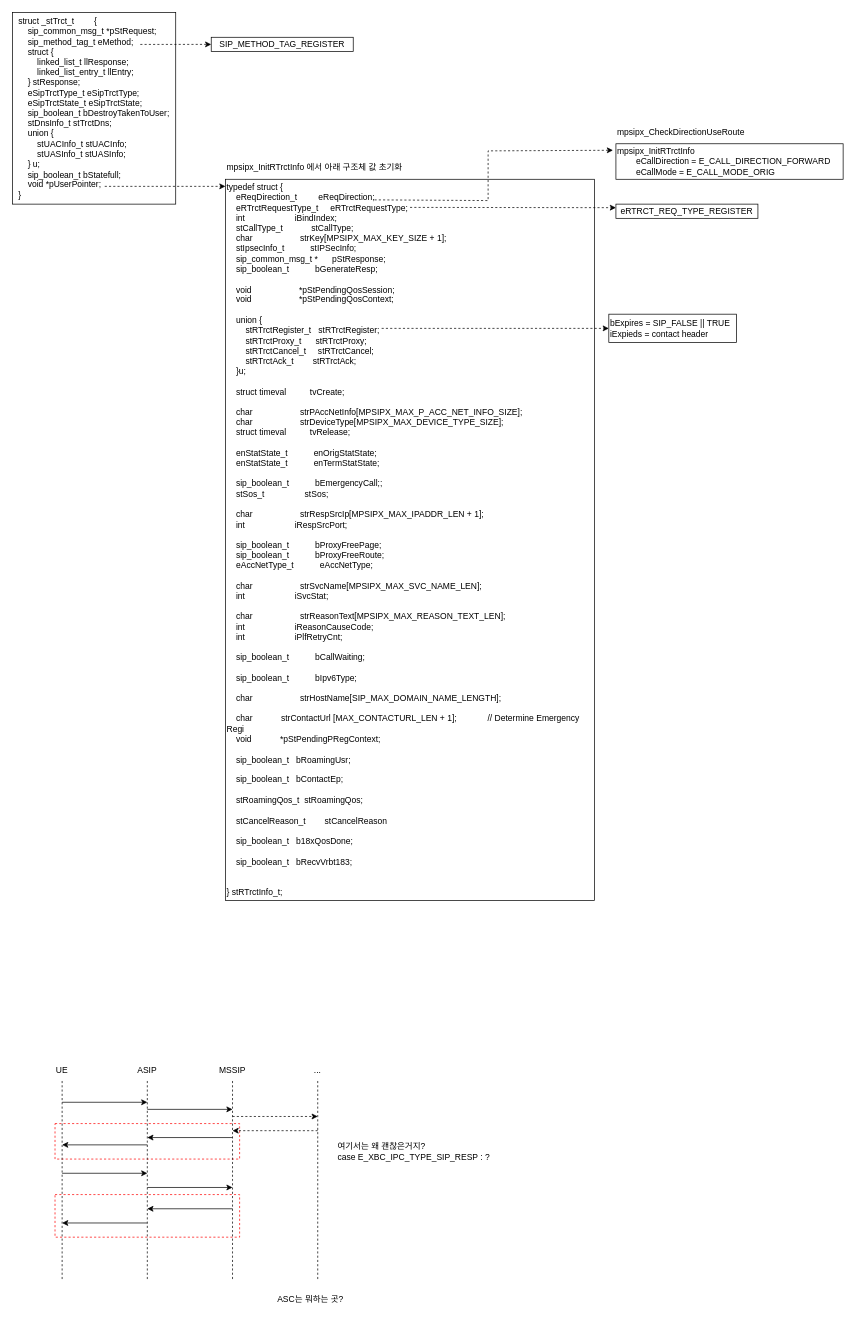
JaeHyeon774/NEWTIL keeps this draw.io diagram as 구조체 정리.drawio. Above is the earlier version. Source tidied: cells renumbered, new cells numbered last; positions are measured from the earlier drawing's top-left corner, leaving out a move shared by most shapes. Both pictures are drawn from the tidied source at 71%, with x=0, y=0 at pixel (12, 12).
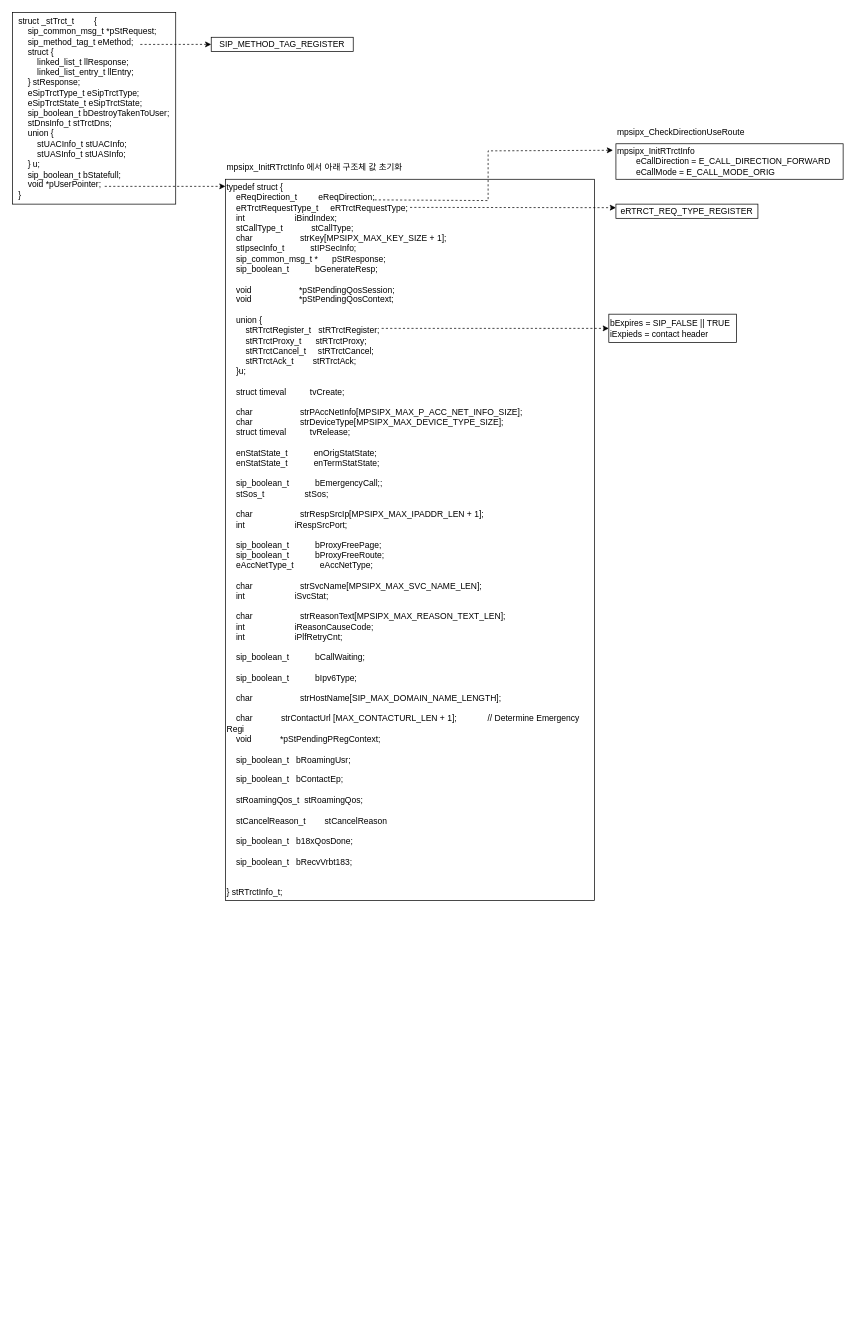
The same diagram, later.

Commit message:
구조체 정리.drawio 업데이트

Change to the diagram source:
```diff
@@
-    <mxCell id="2" style="rounded=0;whiteSpace=wrap;html=1;dashed=1;strokeColor=#FF0000;" parent="1" vertex="1">
-      <mxGeometry x="60" y="1565" width="260" height="50" as="geometry" />
-    </mxCell>
-    <mxCell id="3" style="rounded=0;whiteSpace=wrap;html=1;dashed=1;strokeColor=#FF0000;" parent="1" vertex="1">
-      <mxGeometry x="60" y="1665" width="260" height="60" as="geometry" />
-    </mxCell>
@@
-    <mxCell id="17" style="edgeStyle=orthogonalEdgeStyle;rounded=0;jettySize=auto;html=1;exitX=0.5;exitY=1;exitDx=0;exitDy=0;dashed=1;endArrow=none;endFill=0;" parent="1" edge="1" source="18">
-      <mxGeometry relative="1" as="geometry">
-        <mxPoint x="70" y="1785" as="targetPoint" />
-      </mxGeometry>
-    </mxCell>
-    <mxCell id="18" value="UE" style="text;html=1;align=center;verticalAlign=middle;whiteSpace=wrap;rounded=0;" parent="1" vertex="1">
-      <mxGeometry x="40" y="1475" width="60" height="30" as="geometry" />
-    </mxCell>
-    <mxCell id="19" style="edgeStyle=orthogonalEdgeStyle;rounded=0;jettySize=auto;html=1;exitX=0.5;exitY=1;exitDx=0;exitDy=0;dashed=1;endArrow=none;endFill=0;" parent="1" edge="1" source="20">
-      <mxGeometry relative="1" as="geometry">
-        <mxPoint x="190" y="1785" as="targetPoint" />
-      </mxGeometry>
-    </mxCell>
-    <mxCell id="20" value="ASIP" style="text;html=1;align=center;verticalAlign=middle;whiteSpace=wrap;rounded=0;" parent="1" vertex="1">
-      <mxGeometry x="160" y="1475" width="60" height="30" as="geometry" />
-    </mxCell>
-    <mxCell id="21" style="edgeStyle=orthogonalEdgeStyle;rounded=0;jettySize=auto;html=1;exitX=0.5;exitY=1;exitDx=0;exitDy=0;dashed=1;endArrow=none;endFill=0;" parent="1" edge="1" source="22">
-      <mxGeometry relative="1" as="geometry">
-        <mxPoint x="310" y="1785" as="targetPoint" />
-      </mxGeometry>
-    </mxCell>
-    <mxCell id="22" value="MSSIP" style="text;html=1;align=center;verticalAlign=middle;whiteSpace=wrap;rounded=0;" parent="1" vertex="1">
-      <mxGeometry x="280" y="1475" width="60" height="30" as="geometry" />
-    </mxCell>
-    <mxCell id="23" style="endArrow=classic;html=1;rounded=0;" parent="1" edge="1">
-      <mxGeometry relative="1" as="geometry">
-        <mxPoint x="70" y="1535" as="sourcePoint" />
-        <mxPoint x="190" y="1535" as="targetPoint" />
-      </mxGeometry>
-    </mxCell>
-    <mxCell id="24" style="endArrow=classic;html=1;rounded=0;" parent="1" edge="1">
-      <mxGeometry relative="1" as="geometry">
-        <mxPoint x="190" y="1545" as="sourcePoint" />
-        <mxPoint x="310" y="1545" as="targetPoint" />
-      </mxGeometry>
-    </mxCell>
-    <mxCell id="25" style="endArrow=classic;html=1;rounded=0;" parent="1" edge="1">
-      <mxGeometry relative="1" as="geometry">
-        <mxPoint x="310" y="1584.7" as="sourcePoint" />
-        <mxPoint x="190" y="1584.7" as="targetPoint" />
-      </mxGeometry>
-    </mxCell>
-    <mxCell id="26" style="endArrow=classic;html=1;rounded=0;" parent="1" edge="1">
-      <mxGeometry relative="1" as="geometry">
-        <mxPoint x="190" y="1595" as="sourcePoint" />
-        <mxPoint x="70" y="1595" as="targetPoint" />
-      </mxGeometry>
-    </mxCell>
-    <mxCell id="27" style="endArrow=classic;html=1;rounded=0;" parent="1" edge="1">
-      <mxGeometry relative="1" as="geometry">
-        <mxPoint x="70" y="1635" as="sourcePoint" />
-        <mxPoint x="190" y="1635" as="targetPoint" />
-      </mxGeometry>
-    </mxCell>
-    <mxCell id="28" style="endArrow=classic;html=1;rounded=0;" parent="1" edge="1">
-      <mxGeometry relative="1" as="geometry">
-        <mxPoint x="190" y="1655" as="sourcePoint" />
-        <mxPoint x="310" y="1655" as="targetPoint" />
-      </mxGeometry>
-    </mxCell>
-    <mxCell id="29" style="endArrow=classic;html=1;rounded=0;" parent="1" edge="1">
-      <mxGeometry relative="1" as="geometry">
-        <mxPoint x="310" y="1685" as="sourcePoint" />
-        <mxPoint x="190" y="1685" as="targetPoint" />
-      </mxGeometry>
-    </mxCell>
-    <mxCell id="30" style="endArrow=classic;html=1;rounded=0;" parent="1" edge="1">
-      <mxGeometry relative="1" as="geometry">
-        <mxPoint x="190" y="1705" as="sourcePoint" />
-        <mxPoint x="70" y="1705" as="targetPoint" />
-      </mxGeometry>
-    </mxCell>
-    <mxCell id="31" value="&lt;div style=&quot;text-align: left;&quot;&gt;&lt;span style=&quot;background-color: initial;&quot;&gt;여기서는 왜 괜찮은거지?&lt;/span&gt;&lt;/div&gt;&lt;div style=&quot;text-align: left;&quot;&gt;case E_XBC_IPC_TYPE_SIP_RESP : ?&lt;br&gt;&lt;/div&gt;" style="text;html=1;align=center;verticalAlign=middle;whiteSpace=wrap;rounded=0;" parent="1" vertex="1">
-      <mxGeometry x="450" y="1575" width="231" height="60" as="geometry" />
-    </mxCell>
-    <mxCell id="32" style="edgeStyle=orthogonalEdgeStyle;rounded=0;jettySize=auto;html=1;exitX=0.5;exitY=1;exitDx=0;exitDy=0;dashed=1;endArrow=none;endFill=0;" parent="1" edge="1" source="33">
-      <mxGeometry relative="1" as="geometry">
-        <mxPoint x="430" y="1785" as="targetPoint" />
-      </mxGeometry>
-    </mxCell>
-    <mxCell id="33" value="..." style="text;html=1;align=center;verticalAlign=middle;whiteSpace=wrap;rounded=0;" parent="1" vertex="1">
-      <mxGeometry x="400" y="1475" width="60" height="30" as="geometry" />
-    </mxCell>
-    <mxCell id="34" style="endArrow=classic;html=1;rounded=0;dashed=1;" parent="1" edge="1">
-      <mxGeometry relative="1" as="geometry">
-        <mxPoint x="310" y="1555" as="sourcePoint" />
-        <mxPoint x="430" y="1555" as="targetPoint" />
-      </mxGeometry>
-    </mxCell>
-    <mxCell id="35" style="endArrow=classic;html=1;rounded=0;dashed=1;" parent="1" edge="1">
-      <mxGeometry relative="1" as="geometry">
-        <mxPoint x="430" y="1575" as="sourcePoint" />
-        <mxPoint x="310" y="1575" as="targetPoint" />
-      </mxGeometry>
-    </mxCell>
-    <mxCell id="36" value="ASC는 뭐하는 곳?&lt;div&gt;&lt;br&gt;&lt;/div&gt;" style="text;html=1;align=center;verticalAlign=middle;whiteSpace=wrap;rounded=0;" parent="1" vertex="1">
-      <mxGeometry x="340" y="1805" width="160" height="30" as="geometry" />
-    </mxCell>
```
